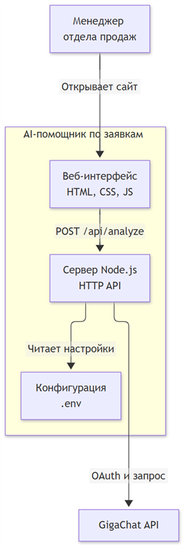
This is docs/diagrams/c4-level-2-containers.png from MatveiV/OrdersProcPersDataBtrx, a Mermaid export, as it was before one commit. Its source is kept beside it as docs/diagrams/c4-level-2-containers.mmd. The source it was exported from:
```mermaid
%%{init: {"flowchart": {"htmlLabels": false}}}%%
flowchart TB
    manager["Менеджер отдела продаж"]

    subgraph app["AI-помощник по заявкам"]
        direction LR
        web["Веб-интерфейс<br/>HTML, CSS, JS"]
        server["Сервер Node.js<br/>HTTP API"]
        config["Конфигурация<br/>.env"]
    end

    gigachat["GigaChat API"]

    manager -->|"Открывает сайт"| web
    web -->|"POST /api/analyze"| server
    server -->|"Читает настройки"| config
    server -->|"OAuth и запрос"| gigachat
```
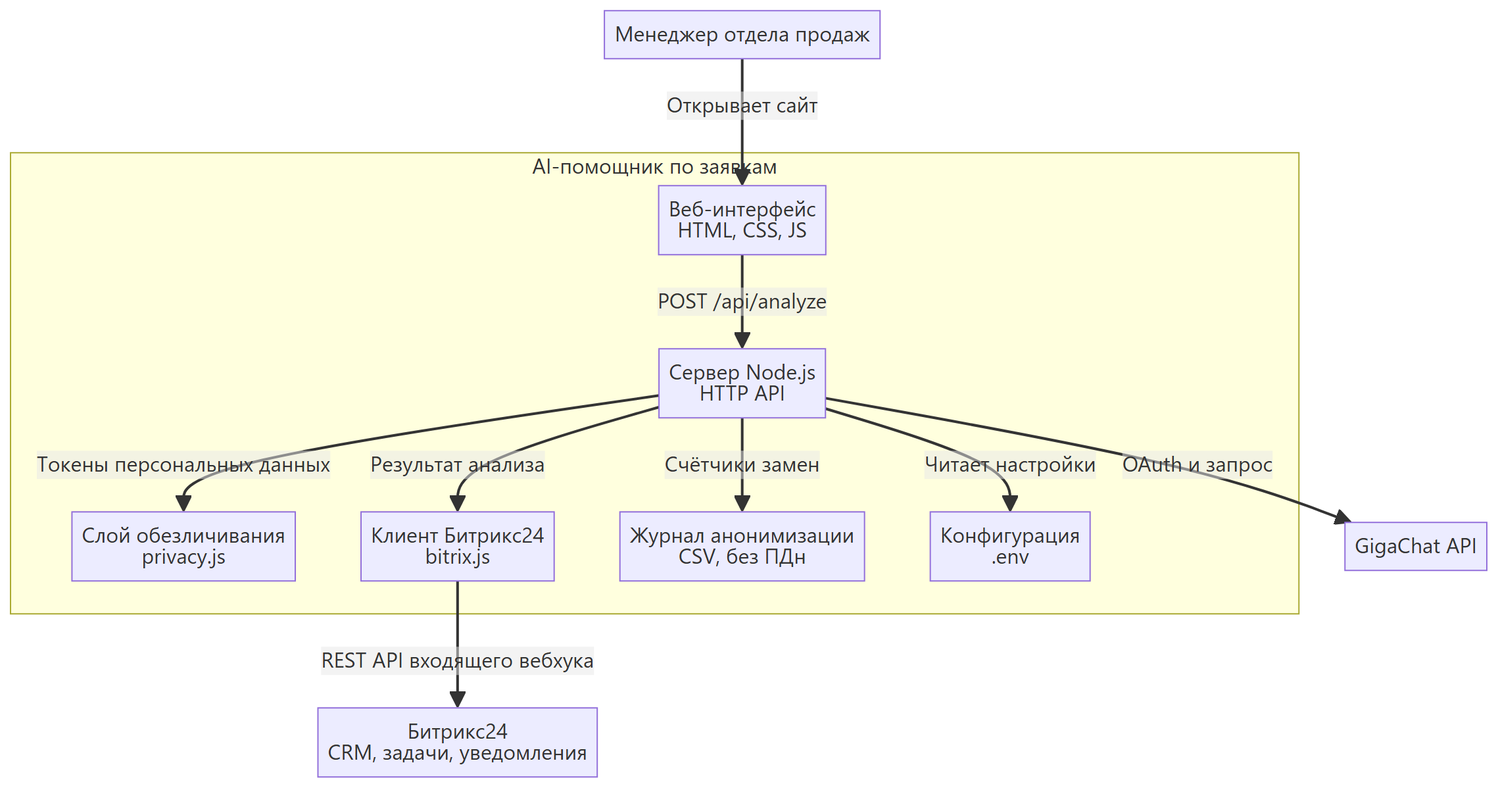
Above is the later version.

What changed in the source:
```diff
@@ -6,12 +6,20 @@
         direction LR
         web["Веб-интерфейс<br/>HTML, CSS, JS"]
         server["Сервер Node.js<br/>HTTP API"]
+        privacy["Слой обезличивания<br/>privacy.js"]
+        bitrix["Клиент Битрикс24<br/>bitrix.js"]
+        log["Журнал анонимизации<br/>CSV, без ПДн"]
         config["Конфигурация<br/>.env"]
     end
 
     gigachat["GigaChat API"]
+    b24["Битрикс24<br/>CRM, задачи, уведомления"]
 
     manager -->|"Открывает сайт"| web
     web -->|"POST /api/analyze"| server
     server -->|"Читает настройки"| config
+    server -->|"Токены персональных данных"| privacy
+    server -->|"Счётчики замен"| log
     server -->|"OAuth и запрос"| gigachat
+    server -->|"Результат анализа"| bitrix
+    bitrix -->|"REST API входящего вебхука"| b24
```
